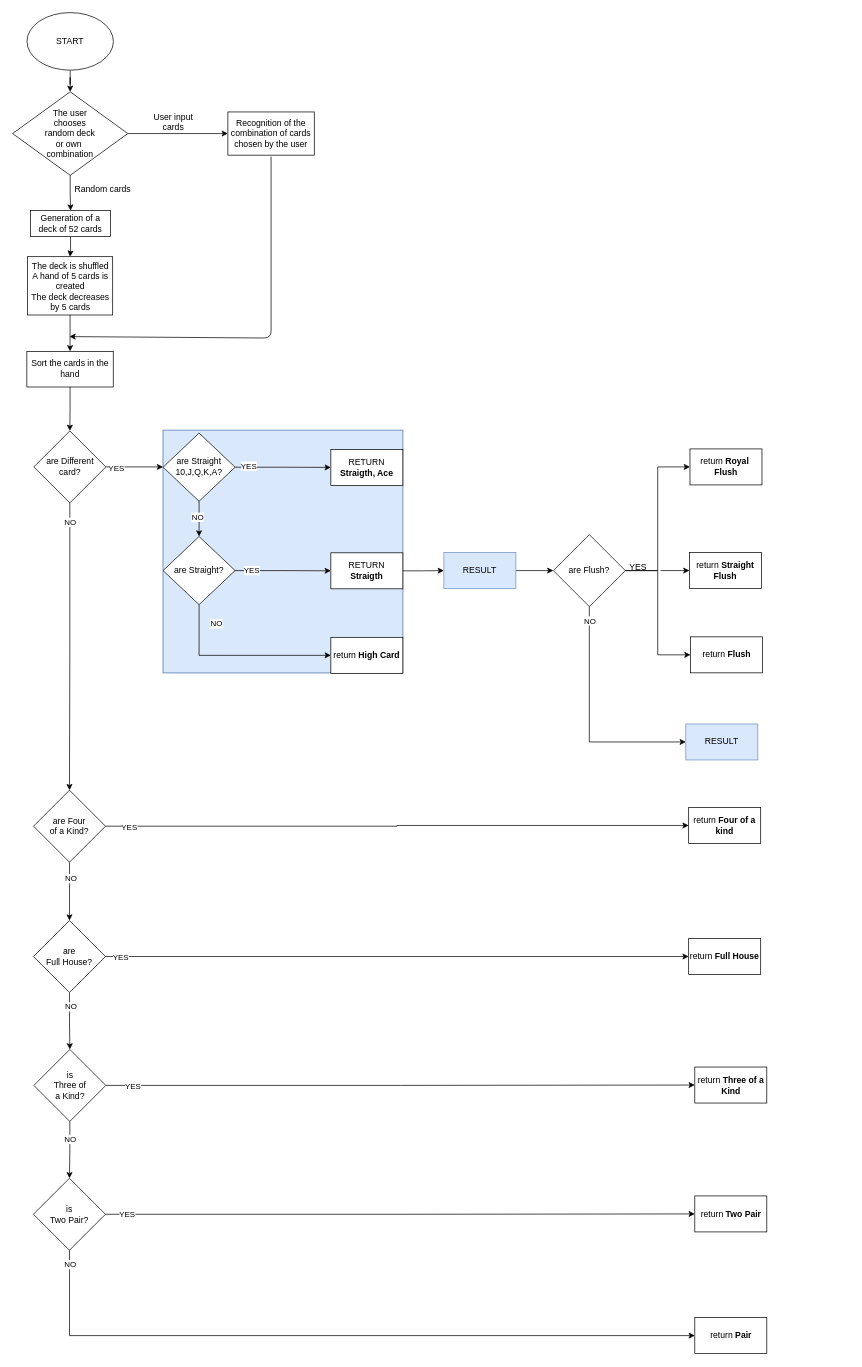
The draw.io diagram assets/flowchart/Poker_game_flowchart.drawio in DomenicoMassimoCavaglieri/Poker-Game, before the edit. Source tidied: cells renumbered, new cells numbered last; positions are measured from the earlier drawing's top-left corner, leaving out a move shared by most shapes. Both pictures are drawn from the tidied source at 72%, with x=0, y=0 at pixel (12, 12).
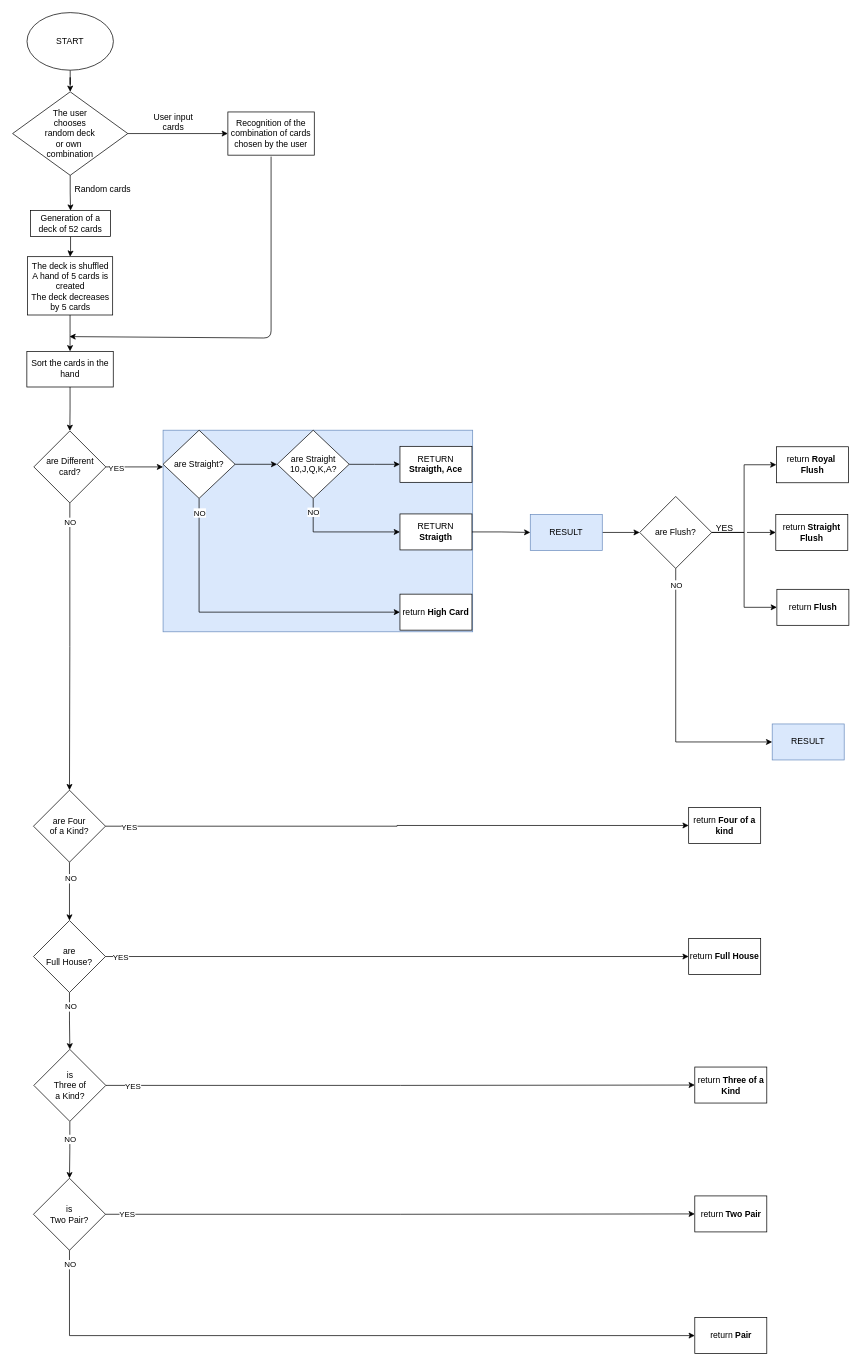
The same page after the edit.

The change refers to these unchanged cells:
```xml
<mxCell id="18" value="are Flush?" style="rhombus;whiteSpace=wrap;html=1;" parent="17" vertex="1">
  <mxGeometry x="30" y="5" width="100" height="100" as="geometry" />
</mxCell>
<mxCell id="52" value="return&amp;nbsp;&lt;b&gt;Straight Flush&lt;/b&gt;" style="whiteSpace=wrap;html=1;" parent="51" vertex="1">
  <mxGeometry y="144" width="100" height="50" as="geometry" />
</mxCell>
<mxCell id="55" value="RESULT" style="rounded=0;whiteSpace=wrap;html=1;fillColor=#dae8fc;strokeColor=#6c8ebf;" parent="50" vertex="1">
  <mxGeometry y="382" width="100" height="50" as="geometry" />
</mxCell>
```

Change to the diagram source:
```diff
@@
+    <mxCell id="33" style="group;fillColor=#dae8fc;strokeColor=#6c8ebf;" parent="1" vertex="1">
+      <mxGeometry x="209" y="580" width="430" height="280" as="geometry" />
+    </mxCell>
@@
     <mxCell id="17" style="group;" parent="1" vertex="1">
-      <mxGeometry x="721" y="720" width="137" height="120.6" as="geometry" />
+      <mxGeometry x="841" y="667" width="137" height="120.6" as="geometry" />
     </mxCell>
@@
-    <mxCell id="32" style="group;fillColor=#dae8fc;strokeColor=#6c8ebf;" parent="1" vertex="1">
-      <mxGeometry x="209" y="580" width="333" height="337" as="geometry" />
-    </mxCell>
-    <mxCell id="33" style="group;fillColor=#dae8fc;strokeColor=#6c8ebf;" parent="32" vertex="1">
-      <mxGeometry width="333" height="337" as="geometry" />
-    </mxCell>
-    <mxCell id="34" value="are Straight&lt;br&gt;10,J,Q,K,A?" style="rhombus;whiteSpace=wrap;html=1;" parent="32" vertex="1">
-      <mxGeometry y="4" width="100" height="94.7" as="geometry" />
-    </mxCell>
-    <mxCell id="35" value="return &lt;b&gt;High Card&lt;/b&gt;" style="whiteSpace=wrap;html=1;" parent="32" vertex="1">
-      <mxGeometry x="233" y="287.7" width="100" height="50" as="geometry" />
-    </mxCell>
-    <mxCell id="36" value="RETURN &lt;b&gt;Straigth&lt;/b&gt;" style="whiteSpace=wrap;html=1;" parent="32" vertex="1">
-      <mxGeometry x="233" y="170.3" width="100" height="50" as="geometry" />
-    </mxCell>
-    <mxCell id="37" style="edgeStyle=orthogonalEdgeStyle;rounded=0;jettySize=auto;html=1;entryX=0;entryY=0.5;entryDx=0;entryDy=0;" parent="32" edge="1" source="41" target="36">
-      <mxGeometry y="-20" as="geometry" />
-    </mxCell>
-    <mxCell id="38" value="YES" style="edgeLabel;html=1;align=center;verticalAlign=middle;" parent="37" vertex="1">
-      <mxGeometry relative="1" as="geometry">
-        <mxPoint x="-44" y="-1" as="offset" />
-      </mxGeometry>
-    </mxCell>
-    <mxCell id="39" style="edgeStyle=orthogonalEdgeStyle;rounded=0;jettySize=auto;html=1;entryX=0;entryY=0.5;entryDx=0;entryDy=0;" parent="32" edge="1" source="41" target="35">
-      <mxGeometry y="-20" as="geometry">
-        <Array as="points">
-          <mxPoint x="50" y="195" />
-          <mxPoint x="50" y="313.3" />
-        </Array>
-      </mxGeometry>
-    </mxCell>
-    <mxCell id="40" value="NO" style="edgeLabel;html=1;align=center;verticalAlign=middle;" parent="39" vertex="1">
-      <mxGeometry relative="1" as="geometry">
-        <mxPoint x="-33" y="-44" as="offset" />
-      </mxGeometry>
-    </mxCell>
-    <mxCell id="41" value="are Straight?" style="rhombus;whiteSpace=wrap;html=1;" parent="32" vertex="1">
-      <mxGeometry y="147.6" width="100" height="94.7" as="geometry" />
-    </mxCell>
-    <mxCell id="42" style="edgeStyle=orthogonalEdgeStyle;rounded=0;jettySize=auto;html=1;entryX=0.5;entryY=0;entryDx=0;entryDy=0;" parent="32" edge="1" source="34" target="41">
-      <mxGeometry y="-20" as="geometry" />
-    </mxCell>
-    <mxCell id="43" value="NO" style="edgeLabel;html=1;align=center;verticalAlign=middle;" parent="42" vertex="1">
-      <mxGeometry relative="1" as="geometry">
-        <mxPoint x="-3" y="-2" as="offset" />
-      </mxGeometry>
-    </mxCell>
-    <mxCell id="44" value="RETURN &lt;b&gt;Straigth, Ace&lt;/b&gt;" style="whiteSpace=wrap;html=1;" parent="32" vertex="1">
-      <mxGeometry x="233" y="26.7" width="100" height="50" as="geometry" />
-    </mxCell>
-    <mxCell id="45" style="edgeStyle=orthogonalEdgeStyle;rounded=0;jettySize=auto;html=1;entryX=0;entryY=0.5;entryDx=0;entryDy=0;" parent="32" edge="1" source="34" target="44">
-      <mxGeometry y="-20" as="geometry" />
-    </mxCell>
-    <mxCell id="46" value="YES" style="edgeLabel;html=1;align=center;verticalAlign=middle;" parent="45" vertex="1">
-      <mxGeometry relative="1" as="geometry">
-        <mxPoint x="-48" y="-2" as="offset" />
-      </mxGeometry>
-    </mxCell>
@@
     <mxCell id="48" value="RESULT" style="rounded=0;whiteSpace=wrap;html=1;fillColor=#dae8fc;strokeColor=#6c8ebf;" parent="1" vertex="1">
-      <mxGeometry x="599" y="750" width="100" height="50" as="geometry" />
+      <mxGeometry x="719" y="697" width="100" height="50" as="geometry" />
     </mxCell>
-    <mxCell id="49" style="edgeStyle=orthogonalEdgeStyle;rounded=0;jettySize=auto;html=1;" parent="1" edge="1" source="36" target="48">
+    <mxCell id="49" style="edgeStyle=orthogonalEdgeStyle;rounded=0;jettySize=auto;html=1;exitX=1;exitY=0.5;exitDx=0;exitDy=0;" parent="1" edge="1" source="36" target="48">
       <mxGeometry relative="1" as="geometry" />
     </mxCell>
     <mxCell id="50" style="group;" parent="1" vertex="1">
-      <mxGeometry x="935" y="606" width="101.5" height="432" as="geometry" />
+      <mxGeometry x="1055" y="606" width="101.5" height="432" as="geometry" />
     </mxCell>
     <mxCell id="51" style="group;" parent="50" vertex="1">
-      <mxGeometry x="5" width="101.5" height="311" as="geometry" />
+      <mxGeometry x="5" y="-53" width="101.5" height="311" as="geometry" />
     </mxCell>
@@
     <mxCell id="53" value="return &lt;b&gt;Flush&lt;/b&gt;" style="whiteSpace=wrap;html=1;" parent="51" vertex="1">
-      <mxGeometry x="1.5" y="261" width="100" height="50" as="geometry" />
+      <mxGeometry x="1.5" y="248" width="100" height="50" as="geometry" />
     </mxCell>
     <mxCell id="54" value="return&amp;nbsp;&lt;b style=&quot;font-family: &amp;#34;arial&amp;#34; , &amp;#34;helvetica&amp;#34; , sans-serif ; text-align: left&quot;&gt;Royal&amp;nbsp; Flush&lt;/b&gt;" style="whiteSpace=wrap;html=1;" parent="51" vertex="1">
-      <mxGeometry x="0.8" width="100" height="50" as="geometry" />
+      <mxGeometry x="0.8" y="50" width="100" height="50" as="geometry" />
     </mxCell>
@@
     <mxCell id="56" style="edgeStyle=orthogonalEdgeStyle;rounded=0;jettySize=auto;html=1;entryX=0;entryY=0.5;entryDx=0;entryDy=0;" parent="1" edge="1" source="18" target="55">
       <mxGeometry relative="1" as="geometry">
         <Array as="points">
-          <mxPoint x="801" y="1013" />
+          <mxPoint x="921" y="1013" />
         </Array>
       </mxGeometry>
     </mxCell>
@@
     <mxCell id="77" style="endArrow=classic;html=1;entryX=0;entryY=0.5;entryDx=0;entryDy=0;" parent="1" edge="1" target="52">
       <mxGeometry relative="1" as="geometry">
-        <mxPoint x="900" y="775" as="sourcePoint" />
+        <mxPoint x="1020" y="722" as="sourcePoint" />
       </mxGeometry>
     </mxCell>
     <mxCell id="78" style="edgeStyle=orthogonalEdgeStyle;rounded=0;jettySize=auto;html=1;entryX=0;entryY=0.5;entryDx=0;entryDy=0;" parent="1" edge="1" source="18" target="53">
       <mxGeometry relative="1" as="geometry">
         <Array as="points">
-          <mxPoint x="896" y="775" />
-          <mxPoint x="896" y="892" />
+          <mxPoint x="1016" y="722" />
+          <mxPoint x="1016" y="826" />
         </Array>
       </mxGeometry>
     </mxCell>
-    <mxCell id="79" style="edgeStyle=orthogonalEdgeStyle;rounded=0;jettySize=auto;html=1;entryX=0;entryY=0.5;entryDx=0;entryDy=0;" parent="1" edge="1" source="18" target="54">
+    <mxCell id="79" style="edgeStyle=orthogonalEdgeStyle;rounded=0;orthogonalLoop=1;jettySize=auto;html=1;entryX=0;entryY=0.5;entryDx=0;entryDy=0;" parent="1" edge="1">
       <mxGeometry relative="1" as="geometry">
+        <mxPoint x="971" y="722" as="sourcePoint" />
+        <mxPoint x="1060.8" y="628" as="targetPoint" />
         <Array as="points">
-          <mxPoint x="896" y="775" />
-          <mxPoint x="896" y="631" />
+          <mxPoint x="1016" y="722" />
+          <mxPoint x="1016" y="628" />
         </Array>
       </mxGeometry>
     </mxCell>
     <mxCell id="80" value="YES" style="text;html=1;strokeColor=none;fillColor=none;align=center;verticalAlign=middle;whiteSpace=wrap;rounded=0;" parent="1" vertex="1">
-      <mxGeometry x="849" y="760" width="40" height="20" as="geometry" />
+      <mxGeometry x="969" y="707" width="40" height="20" as="geometry" />
     </mxCell>
+    <mxCell id="44" value="RETURN &lt;b&gt;Straigth, Ace&lt;/b&gt;" style="whiteSpace=wrap;html=1;" parent="1" vertex="1">
+      <mxGeometry x="538" y="602.4" width="100" height="50" as="geometry" />
+    </mxCell>
+    <mxCell id="35" value="return &lt;b&gt;High Card&lt;/b&gt;" style="whiteSpace=wrap;html=1;" parent="1" vertex="1">
+      <mxGeometry x="538" y="807.7" width="100" height="50" as="geometry" />
+    </mxCell>
+    <mxCell id="36" value="RETURN &lt;b&gt;Straigth&lt;/b&gt;" style="whiteSpace=wrap;html=1;" parent="1" vertex="1">
+      <mxGeometry x="538" y="696.3" width="100" height="50" as="geometry" />
+    </mxCell>
+    <mxCell id="81" style="edgeStyle=orthogonalEdgeStyle;rounded=0;jettySize=auto;html=1;" parent="1" edge="1" source="41" target="34">
+      <mxGeometry relative="1" as="geometry" />
+    </mxCell>
+    <mxCell id="39" style="edgeStyle=orthogonalEdgeStyle;rounded=0;jettySize=auto;html=1;entryX=0;entryY=0.5;entryDx=0;entryDy=0;" parent="1" edge="1" source="41" target="35">
+      <mxGeometry relative="1" as="geometry">
+        <Array as="points">
+          <mxPoint x="259" y="833" />
+        </Array>
+      </mxGeometry>
+    </mxCell>
+    <mxCell id="82" value="NO" style="edgeLabel;html=1;align=center;verticalAlign=middle;" parent="39" vertex="1">
+      <mxGeometry x="-0.91" relative="1" as="geometry" />
+    </mxCell>
+    <mxCell id="41" value="are Straight?" style="rhombus;whiteSpace=wrap;html=1;" parent="1" vertex="1">
+      <mxGeometry x="209" y="580" width="100" height="94.7" as="geometry" />
+    </mxCell>
+    <mxCell id="45" style="edgeStyle=orthogonalEdgeStyle;rounded=0;jettySize=auto;html=1;" parent="1" edge="1" source="34" target="44">
+      <mxGeometry relative="1" as="geometry" />
+    </mxCell>
+    <mxCell id="83" style="edgeStyle=orthogonalEdgeStyle;rounded=0;jettySize=auto;html=1;entryX=0;entryY=0.5;entryDx=0;entryDy=0;" parent="1" edge="1" source="34" target="36">
+      <mxGeometry relative="1" as="geometry">
+        <Array as="points">
+          <mxPoint x="418" y="721" />
+        </Array>
+      </mxGeometry>
+    </mxCell>
+    <mxCell id="84" value="NO" style="edgeLabel;html=1;align=center;verticalAlign=middle;" parent="83" vertex="1">
+      <mxGeometry x="-0.61" relative="1" as="geometry">
+        <mxPoint y="-14" as="offset" />
+      </mxGeometry>
+    </mxCell>
+    <mxCell id="34" value="are Straight&lt;br&gt;10,J,Q,K,A?" style="rhombus;whiteSpace=wrap;html=1;" parent="1" vertex="1">
+      <mxGeometry x="367.5" y="580" width="100" height="94.7" as="geometry" />
+    </mxCell>
```
